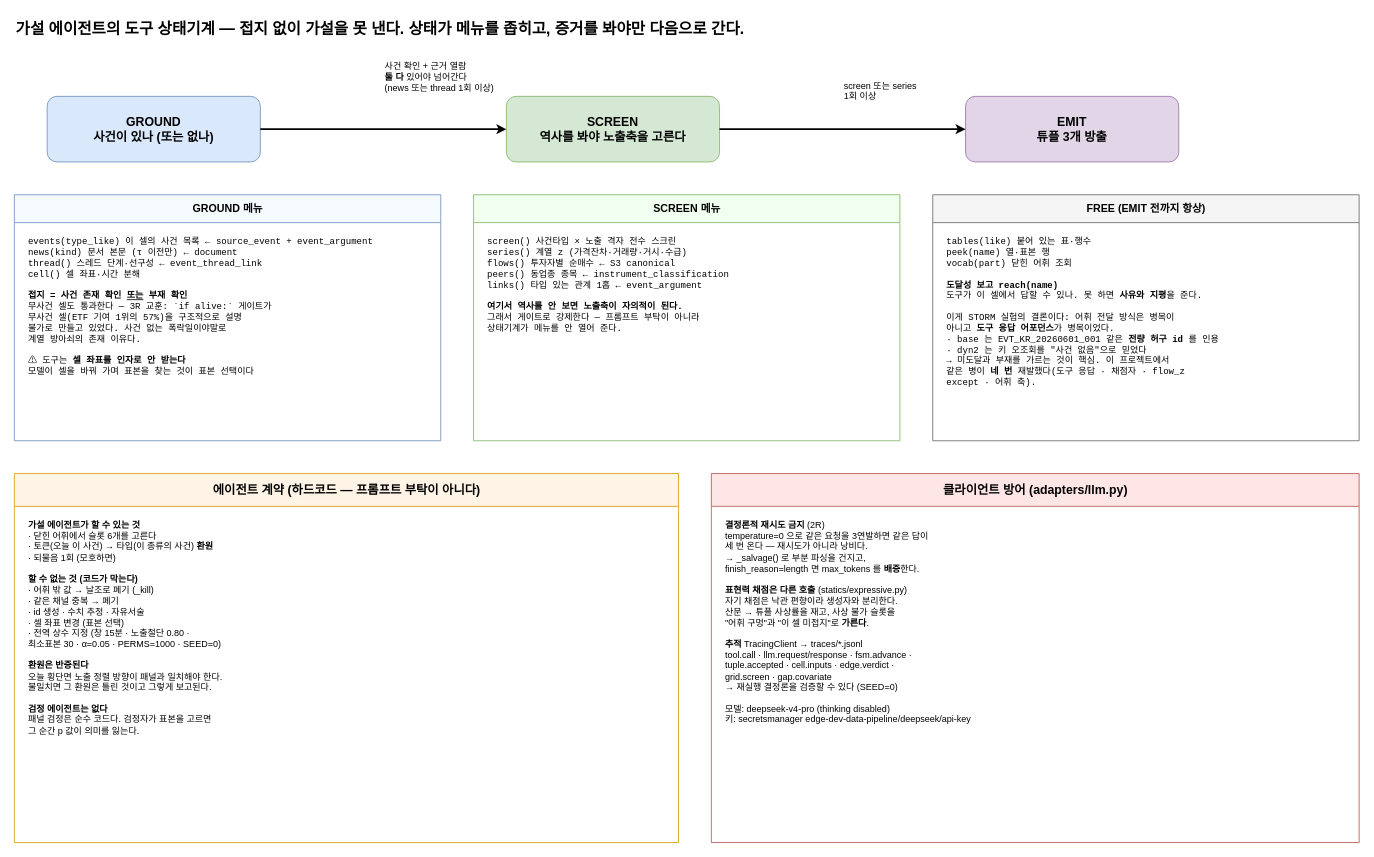
This is page "4. 도구 상태기계" (4 of 5) of docs/analysis-engine/causal-attribution-system.drawio from alphaeveryday/edge, a draw.io file, before an edit. Source tidied: cells renumbered, new cells numbered last; positions are measured from the earlier drawing's top-left corner, leaving out a move shared by most shapes. Both pictures are drawn from the tidied source at 82%, with x=0, y=0 at pixel (14, 14).
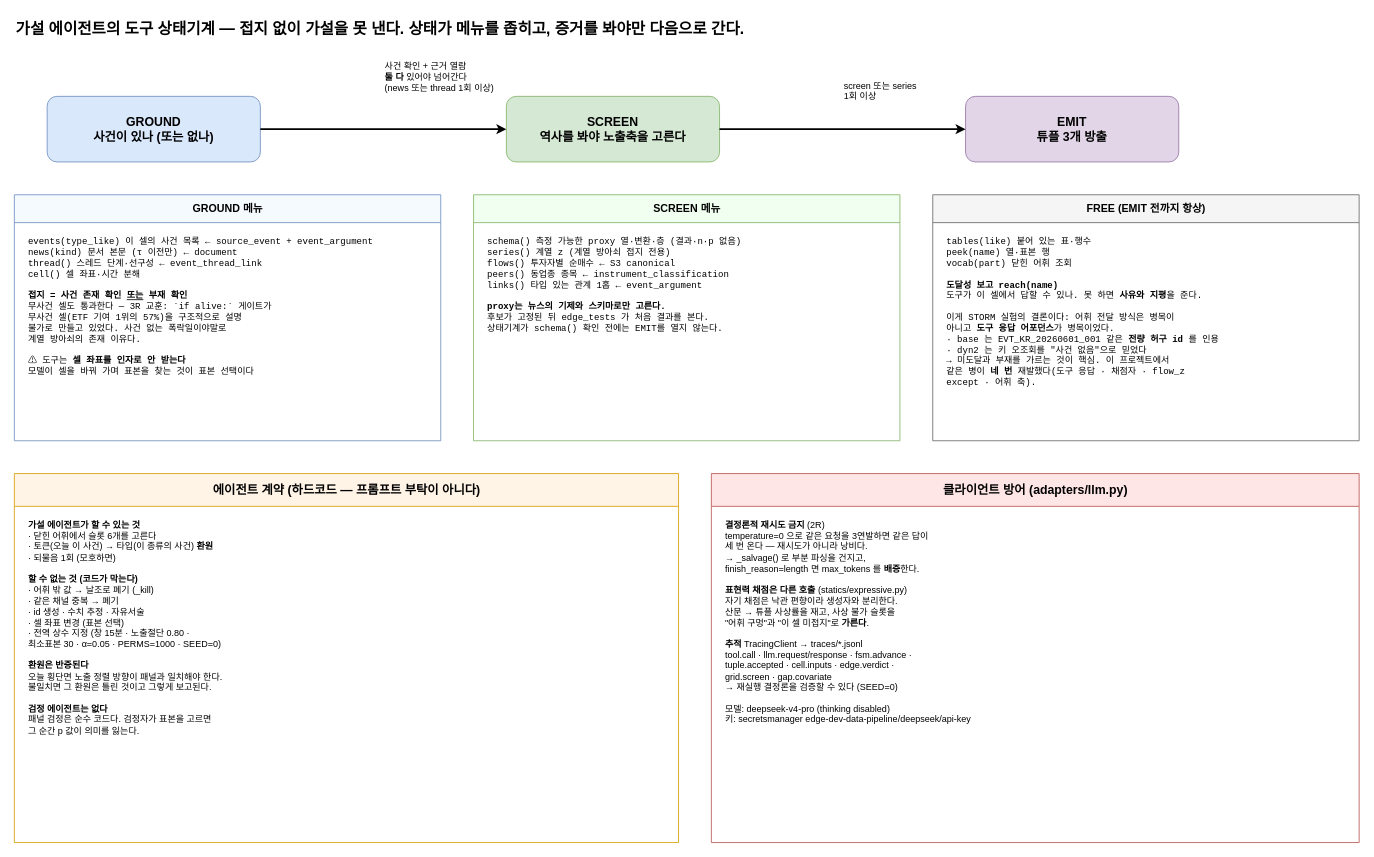
Above is the later version.

Change to the diagram source:
```diff
@@
 <mxGraphModel>
   <root>
     <mxCell id="0" />
     <mxCell id="1" parent="0" />
     <mxCell id="2" value="가설 에이전트의 도구 상태기계 — &lt;b&gt;접지 없이 가설을 못 낸다&lt;/b&gt;.  상태가 메뉴를 좁히고, 증거를 봐야만 다음으로 간다." style="text;html=1;fontSize=19;fontStyle=1;align=left;" parent="1" vertex="1">
       <mxGeometry width="1500" height="40" as="geometry" />
     </mxCell>
     <mxCell id="3" value="GROUND&#10;사건이 있나 (또는 없나)" style="rounded=1;whiteSpace=wrap;html=1;fillColor=#dae8fc;strokeColor=#6c8ebf;fontSize=15;fontStyle=1;" parent="1" vertex="1">
       <mxGeometry x="40" y="100" width="260" height="80" as="geometry" />
     </mxCell>
     <mxCell id="4" value="SCREEN&#10;역사를 봐야 노출축을 고른다" style="rounded=1;whiteSpace=wrap;html=1;fillColor=#d5e8d4;strokeColor=#82b366;fontSize=15;fontStyle=1;" parent="1" vertex="1">
       <mxGeometry x="600" y="100" width="260" height="80" as="geometry" />
     </mxCell>
     <mxCell id="5" value="EMIT&#10;튜플 3개 방출" style="rounded=1;whiteSpace=wrap;html=1;fillColor=#e1d5e7;strokeColor=#9673a6;fontSize=15;fontStyle=1;" parent="1" vertex="1">
       <mxGeometry x="1160" y="100" width="260" height="80" as="geometry" />
     </mxCell>
     <mxCell id="6" value="사건 확인 + 근거 열람&#10;&lt;b&gt;둘 다&lt;/b&gt; 있어야 넘어간다&#10;(news 또는 thread 1회 이상)" style="edgeLabel;html=1;fontSize=11;labelBackgroundColor=#FFFFFF;verticalAlign=bottom;" parent="1" vertex="1">
       <mxGeometry x="450" y="98" as="geometry" />
     </mxCell>
     <mxCell id="7" style="edgeStyle=orthogonalEdgeStyle;rounded=1;html=1;strokeWidth=2;" parent="1" edge="1" source="3" target="4">
       <mxGeometry relative="1" as="geometry" />
     </mxCell>
     <mxCell id="8" value="screen 또는 series&#10;1회 이상" style="edgeLabel;html=1;fontSize=11;labelBackgroundColor=#FFFFFF;verticalAlign=bottom;" parent="1" vertex="1">
       <mxGeometry x="1010" y="108" as="geometry" />
     </mxCell>
     <mxCell id="9" style="edgeStyle=orthogonalEdgeStyle;rounded=1;html=1;strokeWidth=2;" parent="1" edge="1" source="4" target="5">
       <mxGeometry relative="1" as="geometry" />
     </mxCell>
     <mxCell id="10" value="GROUND 메뉴" style="swimlane;startSize=34;html=1;fillColor=#f5faff;strokeColor=#6c8ebf;fontSize=13;fontStyle=1;" parent="1" vertex="1">
       <mxGeometry y="220" width="520" height="300" as="geometry" />
     </mxCell>
     <mxCell id="11" value="events(type_like)   이 셀의 사건 목록          ← source_event + event_argument&#10;news(kind)          문서 본문 (τ 이전만)        ← document&#10;thread()            스레드 단계·선구성         ← event_thread_link&#10;cell()              셀 좌표·시간 분해&#10;&#10;&lt;b&gt;접지 = 사건 존재 확인 &lt;u&gt;또는&lt;/u&gt; 부재 확인&lt;/b&gt;&#10;무사건 셀도 통과한다 — 3R 교훈: `if alive:` 게이트가&#10;무사건 셀(ETF 기여 1위의 57%)을 구조적으로 설명&#10;불가로 만들고 있었다. 사건 없는 폭락일이야말로&#10;계열 방아쇠의 존재 이유다.&#10;&#10;⚠ 도구는 &lt;b&gt;셀 좌표를 인자로 안 받는다&lt;/b&gt;&#10;   모델이 셀을 바꿔 가며 표본을 찾는 것이 표본 선택이다" style="text;html=1;fontSize=11;align=left;verticalAlign=top;fontFamily=Courier New;" parent="10" vertex="1">
       <mxGeometry x="15" y="45" width="495" height="275" as="geometry" />
     </mxCell>
     <mxCell id="12" value="SCREEN 메뉴" style="swimlane;startSize=34;html=1;fillColor=#f0fff0;strokeColor=#82b366;fontSize=13;fontStyle=1;" parent="1" vertex="1">
       <mxGeometry x="560" y="220" width="520" height="300" as="geometry" />
     </mxCell>
-    <mxCell id="13" value="screen()   사건타입 × 노출 격자 전수 스크린&#10;series()   계열 z (가격잔차·거래량·거시·수급)&#10;flows()    투자자별 순매수                  ← S3 canonical&#10;peers()    동업종 종목                      ← instrument_classification&#10;links()    타입 있는 관계 1홉               ← event_argument&#10;&#10;&lt;b&gt;여기서 역사를 안 보면 노출축이 자의적이 된다.&lt;/b&gt;&#10;그래서 게이트로 강제한다 — 프롬프트 부탁이 아니라&#10;상태기계가 메뉴를 안 열어 준다." style="text;html=1;fontSize=11;align=left;verticalAlign=top;fontFamily=Courier New;" parent="12" vertex="1">
+    <mxCell id="13" value="schema()   측정 가능한 proxy 열·변환·층 (결과·n·p 없음)&#10;series()   계열 z (계열 방아쇠 접지 전용)&#10;flows()    투자자별 순매수                  ← S3 canonical&#10;peers()    동업종 종목                      ← instrument_classification&#10;links()    타입 있는 관계 1홉               ← event_argument&#10;&#10;&lt;b&gt;proxy는 뉴스의 기제와 스키마로만 고른다.&lt;/b&gt;&#10;후보가 고정된 뒤 edge_tests 가 처음 결과를 본다.&#10;상태기계가 schema() 확인 전에는 EMIT를 열지 않는다." style="text;html=1;fontSize=11;align=left;verticalAlign=top;fontFamily=Courier New;" parent="12" vertex="1">
       <mxGeometry x="15" y="45" width="495" height="275" as="geometry" />
     </mxCell>
     <mxCell id="14" value="FREE (EMIT 전까지 항상)" style="swimlane;startSize=34;html=1;fillColor=#f5f5f5;strokeColor=#666666;fontSize=13;fontStyle=1;" parent="1" vertex="1">
       <mxGeometry x="1120" y="220" width="520" height="300" as="geometry" />
     </mxCell>
     <mxCell id="15" value="tables(like)  붙어 있는 표·행수&#10;peek(name)    열·표본 행&#10;vocab(part)   닫힌 어휘 조회&#10;&#10;&lt;b&gt;도달성 보고 reach(name)&lt;/b&gt;&#10;도구가 이 셀에서 답할 수 있나. 못 하면 &lt;b&gt;사유와 지평&lt;/b&gt;을 준다.&#10;&#10;이게 STORM 실험의 결론이다: 어휘 전달 방식은 병목이&#10;아니고 &lt;b&gt;도구 응답 어포던스&lt;/b&gt;가 병목이었다.&#10;  · base 는 EVT_KR_20260601_001 같은 &lt;b&gt;전량 허구 id&lt;/b&gt; 를 인용&#10;  · dyn2 는 키 오조회를 &quot;사건 없음&quot;으로 믿었다&#10;→ 미도달과 부재를 가르는 것이 핵심. 이 프로젝트에서&#10;   같은 병이 &lt;b&gt;네 번&lt;/b&gt; 재발했다(도구 응답 · 채점자 · flow_z&#10;   except · 어휘 축)." style="text;html=1;fontSize=11;align=left;verticalAlign=top;fontFamily=Courier New;" parent="14" vertex="1">
       <mxGeometry x="15" y="45" width="495" height="275" as="geometry" />
     </mxCell>
     <mxCell id="16" value="에이전트 계약 (하드코드 — 프롬프트 부탁이 아니다)" style="swimlane;startSize=40;html=1;fillColor=#fff4e6;strokeColor=#d79b00;fontSize=15;fontStyle=1;" parent="1" vertex="1">
       <mxGeometry y="560" width="810" height="450" as="geometry" />
     </mxCell>
     <mxCell id="17" value="&lt;b&gt;가설 에이전트가 할 수 있는 것&lt;/b&gt;&#10;  · 닫힌 어휘에서 슬롯 6개를 고른다&#10;  · 토큰(오늘 이 사건) → 타입(이 종류의 사건) &lt;b&gt;환원&lt;/b&gt;&#10;  · 되물음 1회 (모호하면)&#10;&#10;&lt;b&gt;할 수 없는 것 (코드가 막는다)&lt;/b&gt;&#10;  · 어휘 밖 값 → 날조로 폐기 (_kill)&#10;  · 같은 채널 중복 → 폐기&#10;  · id 생성 · 수치 추정 · 자유서술&#10;  · 셀 좌표 변경 (표본 선택)&#10;  · 전역 상수 지정 (창 15분 · 노출절단 0.80 ·&#10;    최소표본 30 · α=0.05 · PERMS=1000 · SEED=0)&#10;&#10;&lt;b&gt;환원은 반증된다&lt;/b&gt;&#10;오늘 횡단면 노출 정렬 방향이 패널과 일치해야 한다.&#10;불일치면 그 환원은 틀린 것이고 그렇게 보고된다.&#10;&#10;&lt;b&gt;검정 에이전트는 없다&lt;/b&gt;&#10;패널 검정은 순수 코드다. 검정자가 표본을 고르면&#10;그 순간 p 값이 의미를 잃는다." style="text;html=1;fontSize=11;align=left;verticalAlign=top;" parent="16" vertex="1">
       <mxGeometry x="15" y="50" width="780" height="390" as="geometry" />
     </mxCell>
     <mxCell id="18" value="클라이언트 방어 (adapters/llm.py)" style="swimlane;startSize=40;html=1;fillColor=#ffe6e6;strokeColor=#b85450;fontSize=15;fontStyle=1;" parent="1" vertex="1">
       <mxGeometry x="850" y="560" width="790" height="450" as="geometry" />
     </mxCell>
     <mxCell id="19" value="&lt;b&gt;결정론적 재시도 금지&lt;/b&gt; (2R)&#10;temperature=0 으로 같은 요청을 3연발하면 같은 답이&#10;세 번 온다 — 재시도가 아니라 낭비다.&#10;→ _salvage() 로 부분 파싱을 건지고,&#10;   finish_reason=length 면 max_tokens 를 &lt;b&gt;배증&lt;/b&gt;한다.&#10;&#10;&lt;b&gt;표현력 채점은 다른 호출&lt;/b&gt; (statics/expressive.py)&#10;자기 채점은 낙관 편향이라 생성자와 분리한다.&#10;산문 → 튜플 사상률을 재고, 사상 불가 슬롯을&#10;&quot;어휘 구멍&quot;과 &quot;이 셀 미접지&quot;로 &lt;b&gt;가른다&lt;/b&gt;.&#10;&#10;&lt;b&gt;추적&lt;/b&gt; TracingClient → traces/*.jsonl&#10;   tool.call · llm.request/response · fsm.advance ·&#10;   tuple.accepted · cell.inputs · edge.verdict ·&#10;   grid.screen · gap.covariate&#10;→ 재실행 결정론을 검증할 수 있다 (SEED=0)&#10;&#10;모델: deepseek-v4-pro (thinking disabled)&#10;키: secretsmanager edge-dev-data-pipeline/deepseek/api-key" style="text;html=1;fontSize=11;align=left;verticalAlign=top;" parent="18" vertex="1">
       <mxGeometry x="15" y="50" width="760" height="390" as="geometry" />
     </mxCell>
   </root>
 </mxGraphModel>
```
